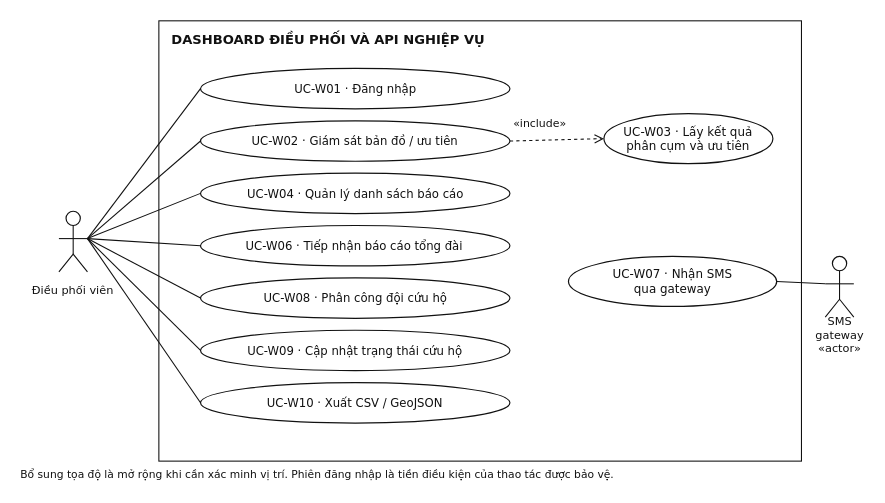
Above: report/assets/diagrams/usecase_dashboard.drawio in ngthtrong/nckh2 (draw.io), before the change. Source tidied: cells renumbered, new cells numbered last; positions are measured from the earlier drawing's top-left corner, leaving out a move shared by most shapes. Both pictures are drawn from the tidied source at 119%, with x=0, y=0 at pixel (20, 20).
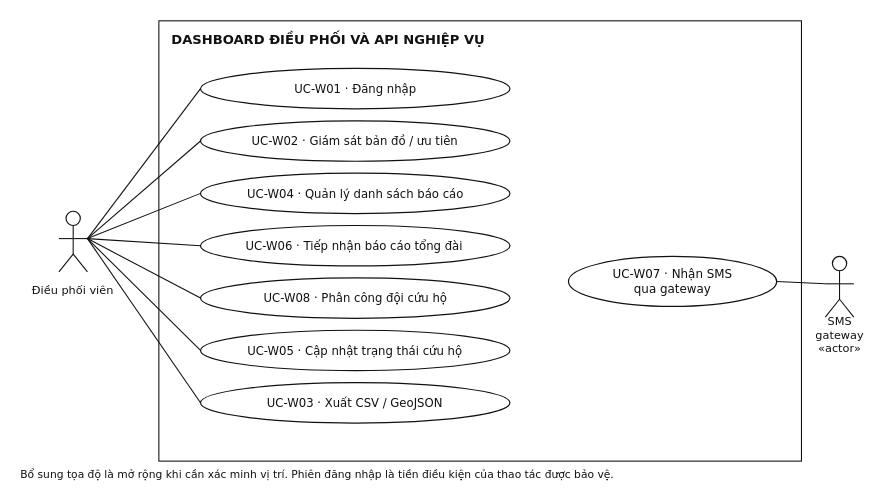
Above is the later version.

What changed in the source:
```diff
@@
-    <mxCell id="15" value="&lt;div&gt;UC-W09 · Cập nhật trạng thái cứu hộ&lt;/div&gt;" style="text;html=1;whiteSpace=wrap;align=center;verticalAlign=middle;fontFamily=DejaVu Sans;fontSize=9.8;fontStyle=0;fontColor=#111111;spacing=0;overflow=visible;" parent="1" vertex="1">
+    <mxCell id="15" value="&lt;div&gt;UC-W05 · Cập nhật trạng thái cứu hộ&lt;/div&gt;" style="text;html=1;whiteSpace=wrap;align=center;verticalAlign=middle;fontFamily=DejaVu Sans;fontSize=9.8;fontStyle=0;fontColor=#111111;spacing=0;overflow=visible;" parent="1" vertex="1">
       <mxGeometry x="189.1" y="270.8" width="183.7" height="12.4" as="geometry" />
     </mxCell>
@@
-    <mxCell id="17" value="&lt;div&gt;UC-W10 · Xuất CSV / GeoJSON&lt;/div&gt;" style="text;html=1;whiteSpace=wrap;align=center;verticalAlign=middle;fontFamily=DejaVu Sans;fontSize=9.8;fontStyle=0;fontColor=#111111;spacing=0;overflow=visible;" parent="1" vertex="1">
+    <mxCell id="17" value="&lt;div&gt;UC-W03 · Xuất CSV / GeoJSON&lt;/div&gt;" style="text;html=1;whiteSpace=wrap;align=center;verticalAlign=middle;fontFamily=DejaVu Sans;fontSize=9.8;fontStyle=0;fontColor=#111111;spacing=0;overflow=visible;" parent="1" vertex="1">
       <mxGeometry x="206.1" y="314.6" width="149.9" height="12.8" as="geometry" />
     </mxCell>
@@
-    <mxCell id="38" style="html=1;rounded=0;strokeColor=#111111;strokeWidth=0.9;dashed=1;endArrow=classic;startArrow=none;edgeStyle=none;curved=0;endArrow=open;endFill=0;entryX=0;entryY=0.5;entryDx=0;entryDy=0;" parent="1" edge="1" target="42">
-      <mxGeometry relative="1" as="geometry">
-        <mxPoint x="411" y="101" as="sourcePoint" />
-      </mxGeometry>
-    </mxCell>
-    <mxCell id="39" value="&lt;div&gt;«include»&lt;/div&gt;" style="text;html=1;whiteSpace=wrap;align=center;verticalAlign=middle;fontFamily=DejaVu Sans;fontSize=9.2;fontStyle=0;fontColor=#111111;spacing=0;overflow=visible;" parent="1" vertex="1">
-      <mxGeometry x="413.4" y="80" width="46.8" height="11.4" as="geometry" />
-    </mxCell>
@@
-    <mxCell id="41" style="group;" parent="1" vertex="1">
-      <mxGeometry x="490" y="78" width="142" height="42" as="geometry" />
-    </mxCell>
-    <mxCell id="42" style="ellipse;fillColor=white;strokeColor=#111111;" parent="41" vertex="1">
-      <mxGeometry width="142" height="42" as="geometry" />
-    </mxCell>
-    <mxCell id="43" value="&lt;div&gt;UC-W03 · Lấy kết quả&lt;br&gt;phân cụm và ưu tiên&lt;/div&gt;" style="text;html=1;whiteSpace=wrap;align=center;verticalAlign=middle;fontFamily=DejaVu Sans;fontSize=10;fontStyle=0;fontColor=#111111;spacing=0;overflow=visible;" parent="41" vertex="1">
-      <mxGeometry x="15.9" y="8.6" width="110.3" height="24.8" as="geometry" />
-    </mxCell>
```
